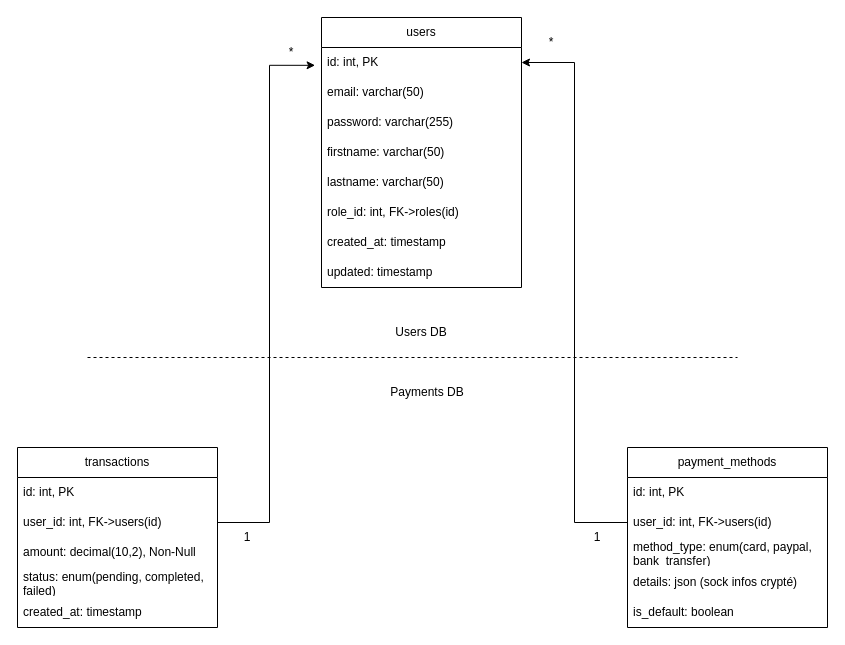
Earlier version of the draw.io diagram MS_Reservations.drawio (TBERT31/P13-YourCarYourWay_MessageApp_JavaAngular). Source tidied: cells renumbered, new cells numbered last; positions are measured from the earlier drawing's top-left corner, leaving out a move shared by most shapes. Both pictures are drawn from the tidied source at 100%, with x=0, y=0 at pixel (17, 17).
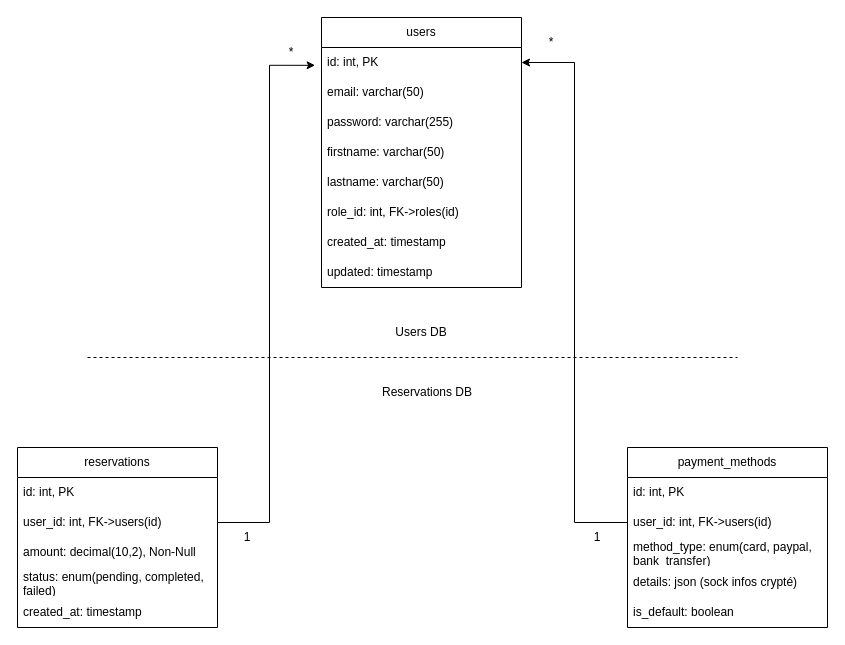
The same diagram, later.

Commit message:
Mettre à jour MS_Reservations.drawio

The edit, as a diff of the source:
```diff
@@
-    <mxCell id="2" value="transactions" style="swimlane;fontStyle=0;horizontal=1;startSize=30;whiteSpace=wrap;html=1;direction=east;" parent="1" vertex="1">
+    <mxCell id="2" value="reservations" style="swimlane;fontStyle=0;horizontal=1;startSize=30;whiteSpace=wrap;html=1;direction=east;" parent="1" vertex="1">
       <mxGeometry y="430" width="200" height="180" as="geometry" />
     </mxCell>
@@
-    <mxCell id="30" value="Payments DB" style="text;html=1;align=center;verticalAlign=middle;whiteSpace=wrap;rounded=0;" parent="1" vertex="1">
+    <mxCell id="30" value="Reservations DB" style="text;html=1;align=center;verticalAlign=middle;whiteSpace=wrap;rounded=0;" parent="1" vertex="1">
       <mxGeometry x="360" y="360" width="100" height="30" as="geometry" />
     </mxCell>
```
